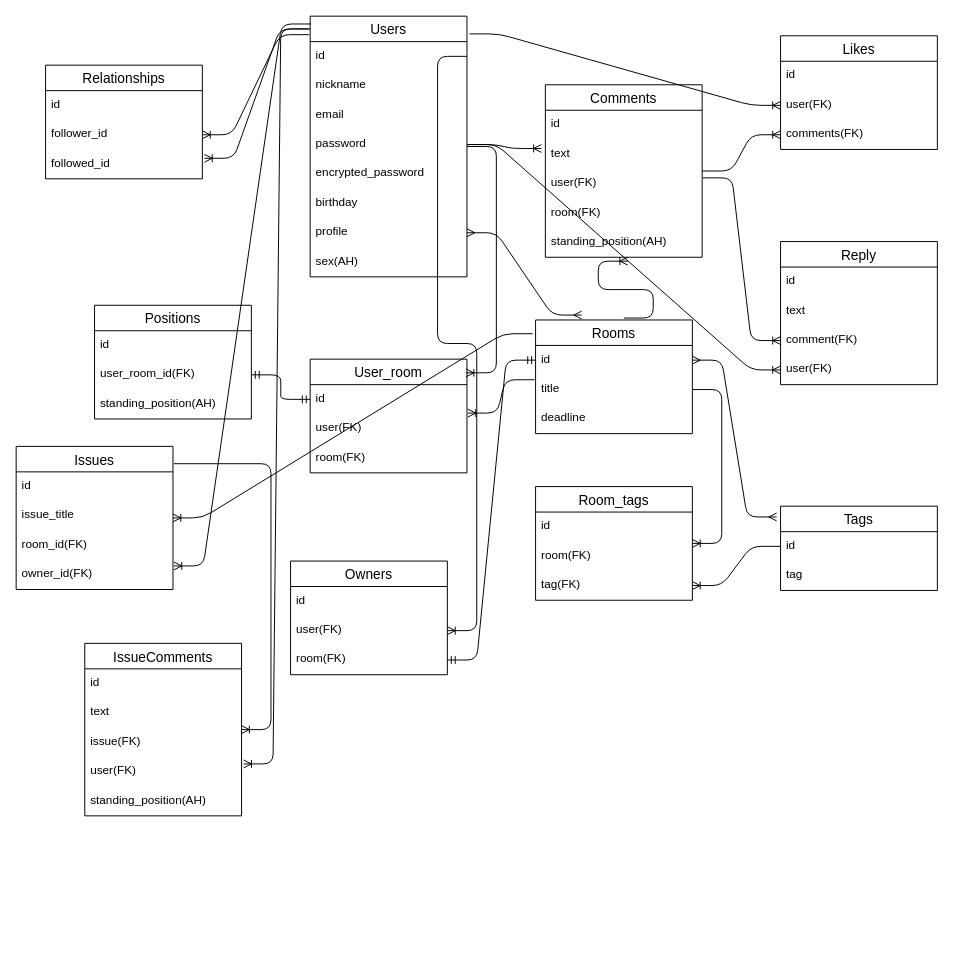
This is ER図.dio from harukicode0/discussion_app_2022, a draw.io file, before an edit. Source tidied: cells renumbered, new cells numbered last; positions are measured from the earlier drawing's top-left corner, leaving out a move shared by most shapes. Both pictures are drawn from the tidied source at 98%, with x=0, y=0 at pixel (16, 16).
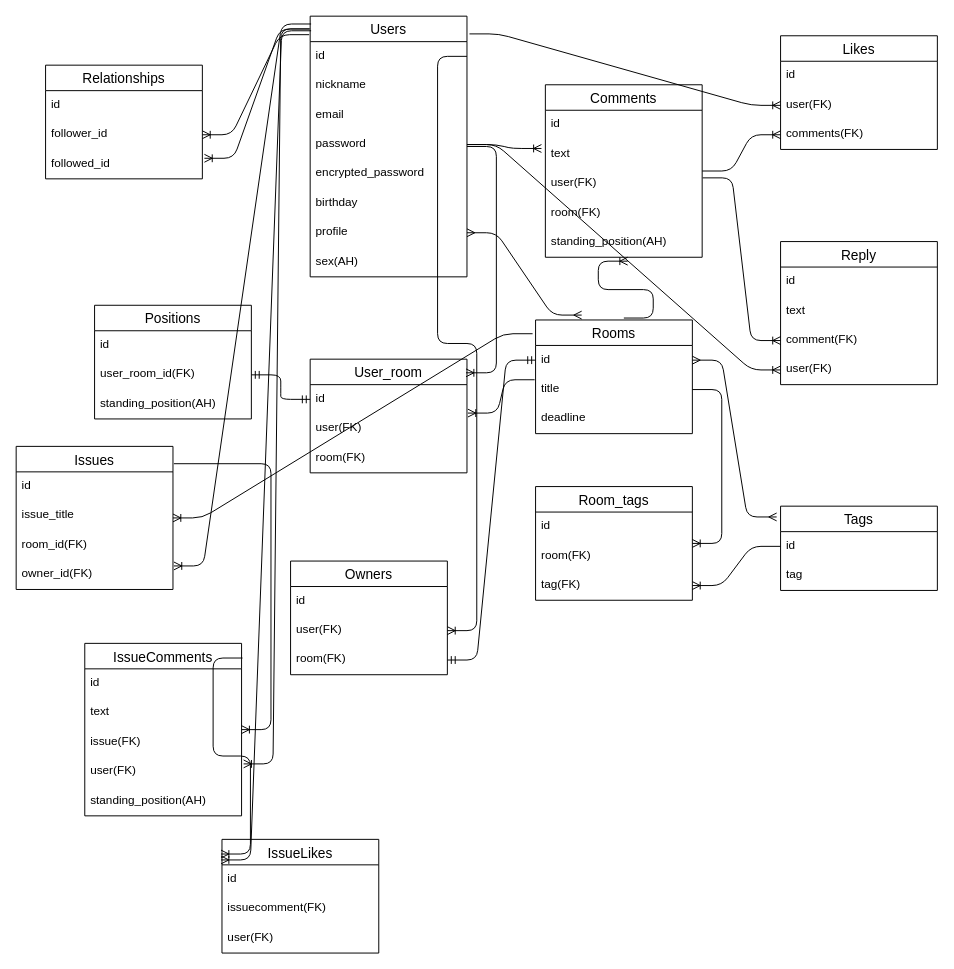
Above is the later version.

The change refers to these unchanged cells:
```xml
<mxCell id="2" value="Users" style="swimlane;fontStyle=0;horizontal=1;startSize=26;align=center;fontSize=14;" parent="1" vertex="1">
  <mxGeometry x="300" width="160" height="266" as="geometry" />
</mxCell>
<mxCell id="77" value="IssueComments" style="swimlane;fontStyle=0;horizontal=1;startSize=26;align=center;fontSize=14;" parent="1" vertex="1">
  <mxGeometry x="70" y="640" width="160" height="176" as="geometry" />
</mxCell>
```

Change to the diagram source:
```diff
@@
+    <mxCell id="85" value="IssueLikes" style="swimlane;fontStyle=0;horizontal=1;startSize=26;align=center;fontSize=14;" parent="1" vertex="1">
+      <mxGeometry x="210" y="840" width="160" height="116" as="geometry" />
+    </mxCell>
+    <mxCell id="86" value="id" style="text;strokeColor=none;fillColor=none;spacingLeft=4;spacingRight=4;overflow=hidden;fontSize=12;" parent="85" vertex="1">
+      <mxGeometry y="26" width="160" height="30" as="geometry" />
+    </mxCell>
+    <mxCell id="87" value="issuecomment(FK)" style="text;strokeColor=none;fillColor=none;spacingLeft=4;spacingRight=4;overflow=hidden;fontSize=12;" parent="85" vertex="1">
+      <mxGeometry y="56" width="160" height="30" as="geometry" />
+    </mxCell>
+    <mxCell id="88" value="user(FK)" style="text;strokeColor=none;fillColor=none;spacingLeft=4;spacingRight=4;overflow=hidden;fontSize=12;" parent="85" vertex="1">
+      <mxGeometry y="86" width="160" height="30" as="geometry" />
+    </mxCell>
+    <mxCell id="89" style="edgeStyle=entityRelationEdgeStyle;fontSize=12;html=1;endArrow=ERoneToMany;entryX=-0.006;entryY=0.129;entryDx=0;entryDy=0;entryPerimeter=0;exitX=1.006;exitY=0.085;exitDx=0;exitDy=0;exitPerimeter=0;" parent="1" edge="1" source="77" target="85">
+      <mxGeometry relative="1" as="geometry" />
+    </mxCell>
+    <mxCell id="90" style="edgeStyle=entityRelationEdgeStyle;fontSize=12;html=1;endArrow=ERoneToMany;exitX=0.006;exitY=0.056;exitDx=0;exitDy=0;exitPerimeter=0;entryX=-0.006;entryY=0.181;entryDx=0;entryDy=0;entryPerimeter=0;" parent="1" edge="1" source="2" target="85">
+      <mxGeometry relative="1" as="geometry" />
+    </mxCell>
```
